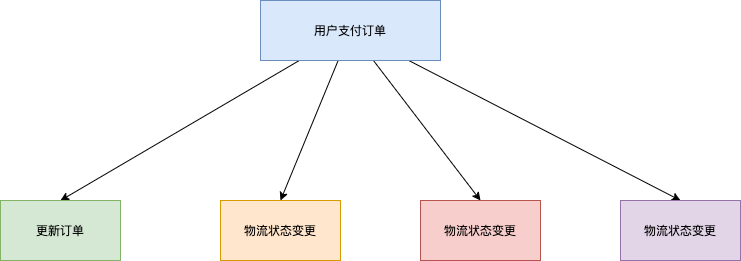
makemyownlife/makemyownlife.github.io keeps this draw.io diagram as pics/rocketmq/transactionchangjing.png. Above is the earlier version. Source tidied: cells renumbered, new cells last; positions are measured from the earlier drawing's top-left corner, leaving out a move shared by most shapes. Source of this version:
```xml
<mxGraphModel>
  <root>
    <mxCell id="0" />
    <mxCell id="1" parent="0" />
    <mxCell id="2" style="edgeStyle=none;rounded=0;jettySize=auto;html=1;entryX=0.5;entryY=0;entryDx=0;entryDy=0;" parent="1" edge="1" source="6" target="7">
      <mxGeometry relative="1" as="geometry" />
    </mxCell>
    <mxCell id="3" style="edgeStyle=none;rounded=0;jettySize=auto;html=1;entryX=0.5;entryY=0;entryDx=0;entryDy=0;" parent="1" edge="1" source="6" target="8">
      <mxGeometry relative="1" as="geometry" />
    </mxCell>
    <mxCell id="4" style="edgeStyle=none;rounded=0;jettySize=auto;html=1;entryX=0.5;entryY=0;entryDx=0;entryDy=0;" parent="1" edge="1" source="6" target="9">
      <mxGeometry relative="1" as="geometry" />
    </mxCell>
    <mxCell id="5" style="edgeStyle=none;rounded=0;jettySize=auto;html=1;entryX=0.5;entryY=0;entryDx=0;entryDy=0;" parent="1" edge="1" source="6" target="10">
      <mxGeometry relative="1" as="geometry" />
    </mxCell>
    <mxCell id="6" value="用户支付订单" style="rounded=0;whiteSpace=wrap;html=1;fillColor=#dae8fc;strokeColor=#6c8ebf;" parent="1" vertex="1">
      <mxGeometry x="260" width="180" height="60" as="geometry" />
    </mxCell>
    <mxCell id="7" value="更新订单" style="rounded=0;whiteSpace=wrap;html=1;fillColor=#d5e8d4;strokeColor=#82b366;" parent="1" vertex="1">
      <mxGeometry y="200" width="120" height="60" as="geometry" />
    </mxCell>
    <mxCell id="8" value="物流状态变更" style="rounded=0;whiteSpace=wrap;html=1;fillColor=#ffe6cc;strokeColor=#d79b00;" parent="1" vertex="1">
      <mxGeometry x="220" y="200" width="120" height="60" as="geometry" />
    </mxCell>
    <mxCell id="9" value="物流状态变更" style="rounded=0;whiteSpace=wrap;html=1;fillColor=#f8cecc;strokeColor=#b85450;" parent="1" vertex="1">
      <mxGeometry x="420" y="200" width="120" height="60" as="geometry" />
    </mxCell>
    <mxCell id="10" value="物流状态变更" style="rounded=0;whiteSpace=wrap;html=1;fillColor=#e1d5e7;strokeColor=#9673a6;" parent="1" vertex="1">
      <mxGeometry x="620" y="200" width="120" height="60" as="geometry" />
    </mxCell>
  </root>
</mxGraphModel>
```
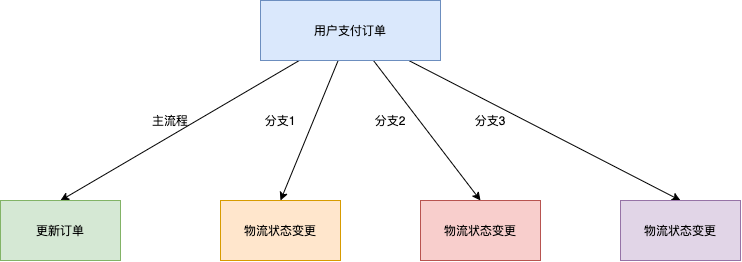
Later version of the same file.

Change to the diagram source:
```diff
@@ -29,5 +29,17 @@
     <mxCell id="10" value="物流状态变更" style="rounded=0;whiteSpace=wrap;html=1;fillColor=#e1d5e7;strokeColor=#9673a6;" parent="1" vertex="1">
       <mxGeometry x="620" y="200" width="120" height="60" as="geometry" />
     </mxCell>
+    <mxCell id="11" value="主流程" style="text;html=1;strokeColor=none;fillColor=none;align=center;verticalAlign=middle;whiteSpace=wrap;rounded=0;" parent="1" vertex="1">
+      <mxGeometry x="150" y="110" width="40" height="20" as="geometry" />
+    </mxCell>
+    <mxCell id="12" value="分支1" style="text;html=1;strokeColor=none;fillColor=none;align=center;verticalAlign=middle;whiteSpace=wrap;rounded=0;" parent="1" vertex="1">
+      <mxGeometry x="260" y="110" width="40" height="20" as="geometry" />
+    </mxCell>
+    <mxCell id="13" value="分支2" style="text;html=1;strokeColor=none;fillColor=none;align=center;verticalAlign=middle;whiteSpace=wrap;rounded=0;" parent="1" vertex="1">
+      <mxGeometry x="370" y="110" width="40" height="20" as="geometry" />
+    </mxCell>
+    <mxCell id="14" value="分支3" style="text;html=1;strokeColor=none;fillColor=none;align=center;verticalAlign=middle;whiteSpace=wrap;rounded=0;" parent="1" vertex="1">
+      <mxGeometry x="470" y="110" width="40" height="20" as="geometry" />
+    </mxCell>
   </root>
 </mxGraphModel>
```
